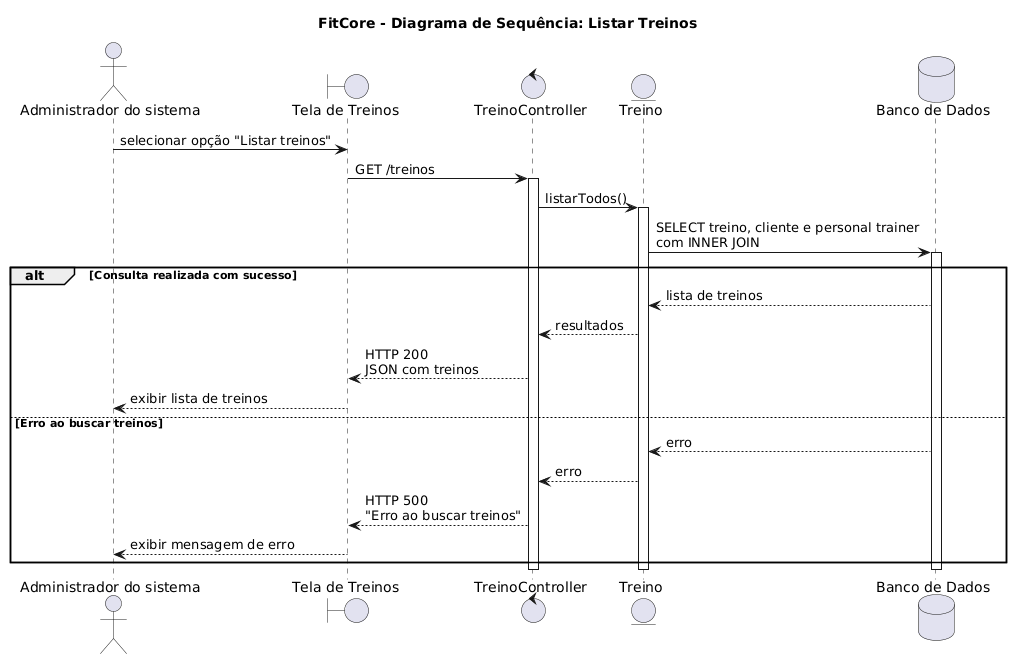
This is docs/diagramas/sequencia/6 - diagrama de sequencia - Listar Treinos - FITCORE.png from liahcolins/Sistema-Integrado-de-Academia, a PlantUML export, as it was before one commit.
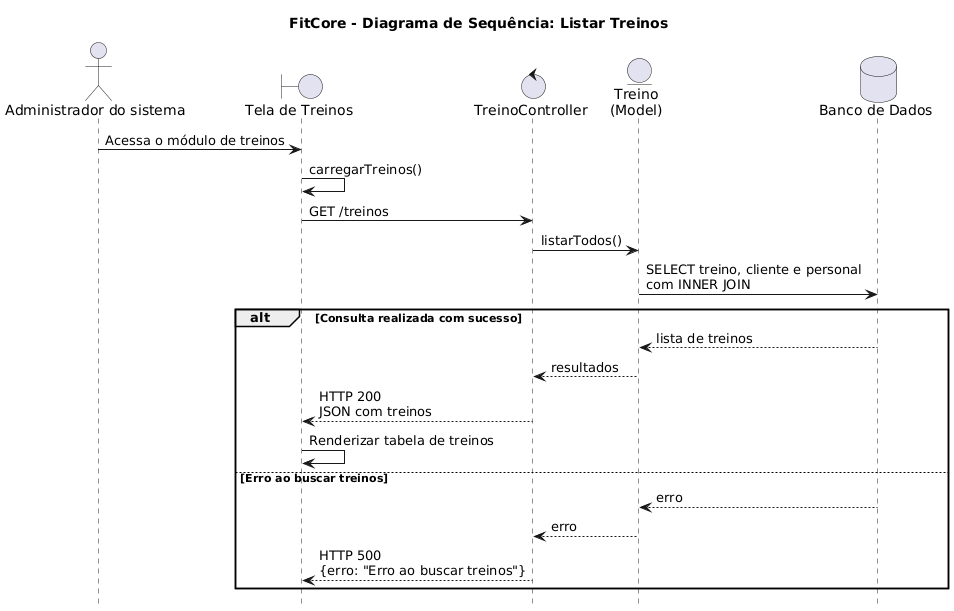
Later version of the same file.

Commit message:
docs: atualizar diagramas UML do FitCore

What changed in the source:
```diff
@@ -1,37 +1,40 @@
 @startuml
 title FitCore - Diagrama de Sequência: Listar Treinos
+
+hide footbox
 
 actor "Administrador do sistema" as Admin
 boundary "Tela de Treinos" as Tela
 control "TreinoController" as Controller
-entity "Treino" as Treino
+entity "Treino\n(Model)" as Treino
 database "Banco de Dados" as Banco
 
-Admin -> Tela : selecionar opção "Listar treinos"
+Admin -> Tela : Acessa o módulo de treinos
 
+Tela -> Tela : carregarTreinos()
 Tela -> Controller : GET /treinos
-activate Controller
 
 Controller -> Treino : listarTodos()
-activate Treino
 
-Treino -> Banco : SELECT treino, cliente e personal trainer\ncom INNER JOIN
-activate Banco
+Treino -> Banco : SELECT treino, cliente e personal\ncom INNER JOIN
 
 alt Consulta realizada com sucesso
+
     Banco --> Treino : lista de treinos
     Treino --> Controller : resultados
+
     Controller --> Tela : HTTP 200\nJSON com treinos
-    Tela --> Admin : exibir lista de treinos
+
+    Tela -> Tela : Renderizar tabela de treinos
 
 else Erro ao buscar treinos
+
     Banco --> Treino : erro
     Treino --> Controller : erro
-    Controller --> Tela : HTTP 500\n"Erro ao buscar treinos"
-    Tela --> Admin : exibir mensagem de erro
+
+    Controller --> Tela : HTTP 500\n{erro: "Erro ao buscar treinos"}
+
+
+
 end
-
-deactivate Banco
-deactivate Treino
-deactivate Controller
 @enduml
```
